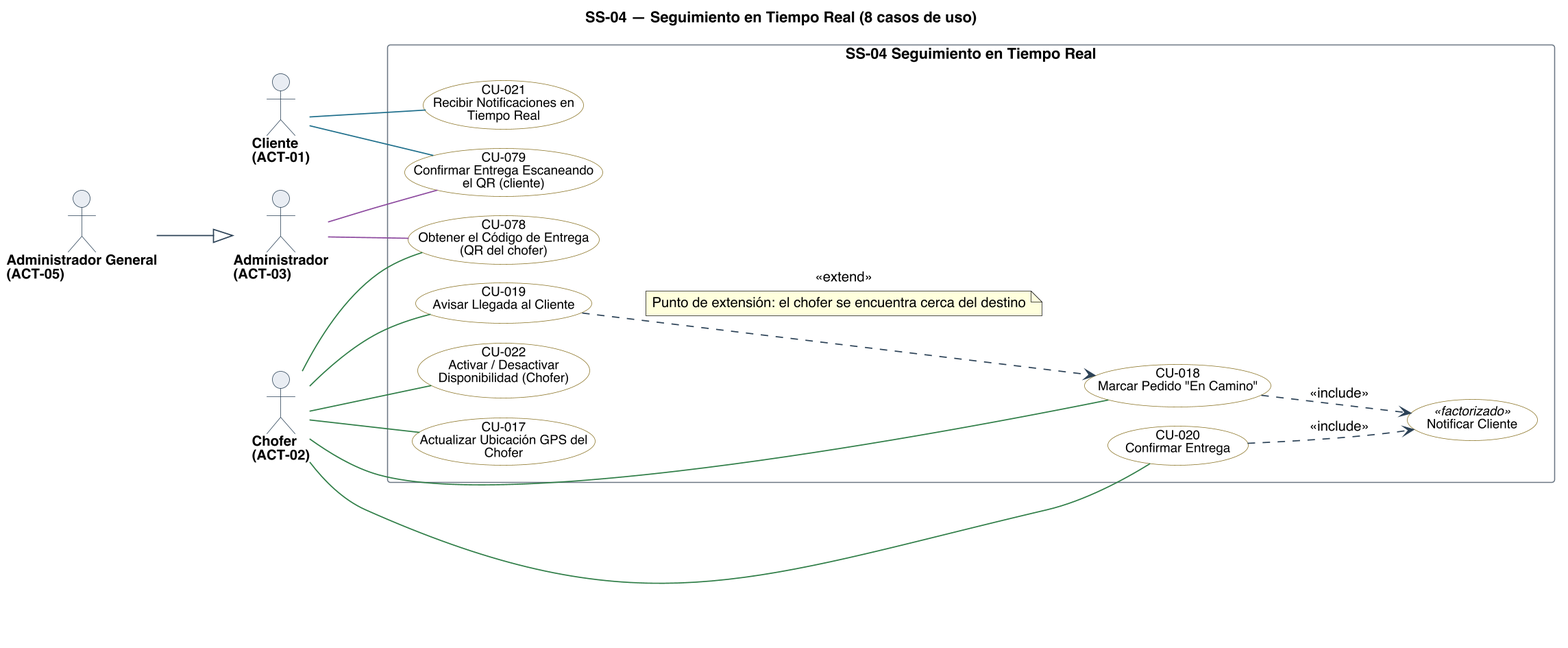
Before: diagramas/uml/CU_SS-04_Seguimiento-En-Tiempo-Real.png, a diagram exported from PlantUML (Nahuelito-Dev/splg-docs).
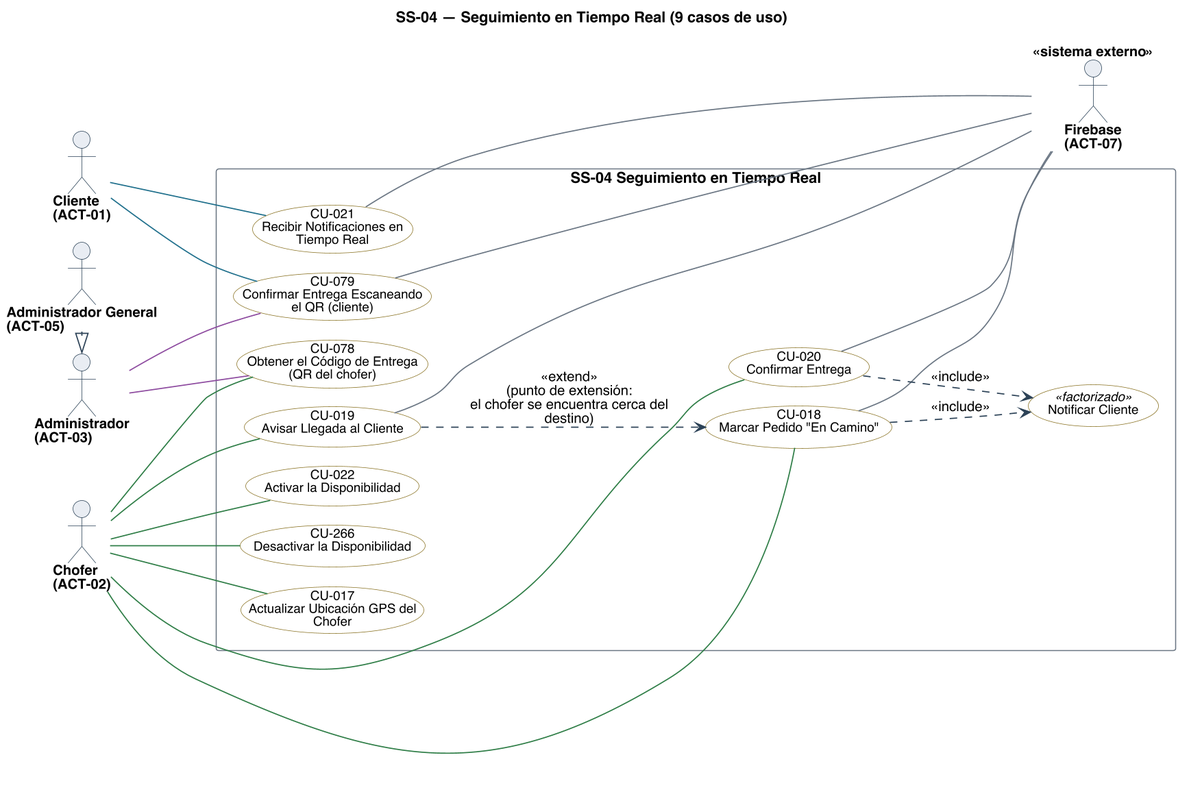
The same diagram one commit later.

Change to the diagram source:
```diff
@@ -1,5 +1,5 @@
 @startuml
-title SS-04 — Seguimiento en Tiempo Real (8 casos de uso)
+title SS-04 — Seguimiento en Tiempo Real (9 casos de uso)
 left to right direction
 skinparam backgroundColor #FFFFFF
 skinparam shadowing false
@@ -38,6 +38,7 @@
 actor "Chofer\n(ACT-02)" as A02
 actor "Administrador\n(ACT-03)" as A03
 actor "Administrador General\n(ACT-05)" as A05
+actor "Firebase\n(ACT-07)" as A07 <<sistema externo>>
 
 rectangle "SS-04 Seguimiento en Tiempo Real" {
   usecase "CU-017\nActualizar Ubicación GPS del\nChofer" as U017 #back:FFFFFF;line:8A7326
@@ -45,9 +46,10 @@
   usecase "CU-019\nAvisar Llegada al Cliente" as U019 #back:FFFFFF;line:8A7326
   usecase "CU-020\nConfirmar Entrega" as U020 #back:FFFFFF;line:8A7326
   usecase "CU-021\nRecibir Notificaciones en\nTiempo Real" as U021 #back:FFFFFF;line:8A7326
-  usecase "CU-022\nActivar / Desactivar\nDisponibilidad (Chofer)" as U022 #back:FFFFFF;line:8A7326
+  usecase "CU-022\nActivar la Disponibilidad" as U022 #back:FFFFFF;line:8A7326
   usecase "CU-078\nObtener el Código de Entrega\n(QR del chofer)" as U078 #back:FFFFFF;line:8A7326
   usecase "CU-079\nConfirmar Entrega Escaneando\nel QR (cliente)" as U079 #back:FFFFFF;line:8A7326
+  usecase "CU-266\nDesactivar la Disponibilidad" as U266 #back:FFFFFF;line:8A7326
   usecase "Notificar Cliente" as F_AVISO <<factorizado>> #back:FFFFFF;line:8A7326
 }
 
@@ -59,16 +61,19 @@
 A02 -[#2E7D46]- U020
 A02 -[#2E7D46]- U022
 A02 -[#2E7D46]- U078
+A02 -[#2E7D46]- U266
 A03 -[#8C4A9E]- U078
 A03 -[#8C4A9E]- U079
-A05 --|> A03
+U019 -[#6B7683]- A07
+U018 -[#6B7683]- A07
+U020 -[#6B7683]- A07
+U021 -[#6B7683]- A07
+U079 -[#6B7683]- A07
+A05 -right-|> A03
 
 U018 ..> F_AVISO : <<include>>
 U020 ..> F_AVISO : <<include>>
 
-U019 ..> U018 : <<extend>>
-note on link
-  Punto de extensión: el chofer se encuentra cerca del destino
-end note
+U019 ..> U018 : <<extend>>\n(punto de extensión:\nel chofer se encuentra cerca del\ndestino)
 
 @enduml
```
